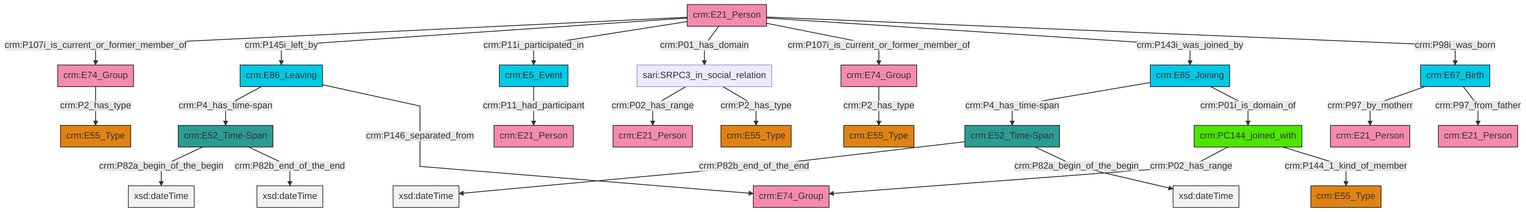
The Mermaid diagram et/personCSV/ttl/mmd/png/Person_Actor_Relations.png in swiss-art-research-net/docs.swissartresearch, before a commit. Its source is kept beside it as et/personCSV/ttl/mmd/Person_Actor_Relations.ttl.mmd.
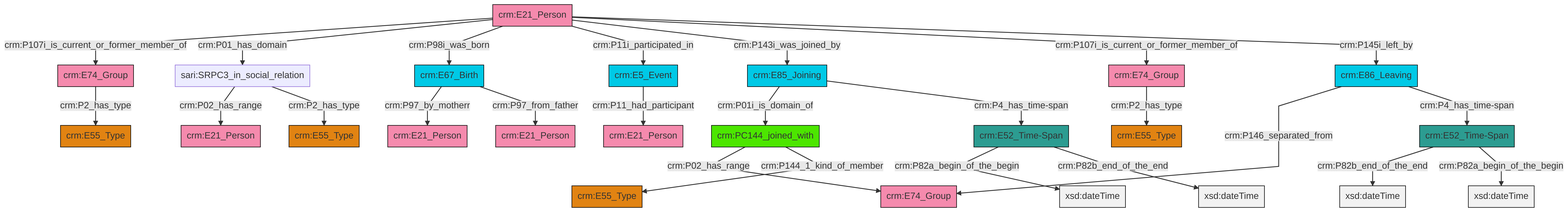
The same diagram one commit later.

The edit, as a diff of the source:
```diff
@@ -13,27 +13,27 @@
 classDef PC_Classes fill:#4ce600, stroke:#000000;
 classDef Multi fill:#cccccc,stroke:#000000;
 
-6["crm:E21_Person"]:::Actor -->|crm:P107i_is_current_or_former_member_of| 0["crm:E74_Group"]:::Actor
-7["sari:SRPC3_in_social_relation"]:::Default -->|crm:P02_has_range| 8["crm:E21_Person"]:::Actor
-2["crm:E85_Joining"]:::Temporal_Entity -->|crm:P4_has_time-span| 12["crm:E52_Time-Span"]:::Time-Span
-18["crm:E52_Time-Span"]:::Time-Span -->|crm:P82a_begin_of_the_begin| 19[xsd:dateTime]:::Literal
-22["crm:E5_Event"]:::Temporal_Entity -->|crm:P11_had_participant| 23["crm:E21_Person"]:::Actor
-6["crm:E21_Person"]:::Actor -->|crm:P145i_left_by| 15["crm:E86_Leaving"]:::Temporal_Entity
-0["crm:E74_Group"]:::Actor -->|crm:P2_has_type| 26["crm:E55_Type"]:::Type
-2["crm:E85_Joining"]:::Temporal_Entity -->|crm:P01i_is_domain_of| 27["crm:PC144_joined_with"]:::PC_Classes
-7["sari:SRPC3_in_social_relation"]:::Default -->|crm:P2_has_type| 20["crm:E55_Type"]:::Type
-27["crm:PC144_joined_with"]:::PC_Classes -->|crm:P02_has_range| 32["crm:E74_Group"]:::Actor
-24["crm:E67_Birth"]:::Temporal_Entity -->|crm:P97_by_motherr| 9["crm:E21_Person"]:::Actor
-12["crm:E52_Time-Span"]:::Time-Span -->|crm:P82b_end_of_the_end| 36[xsd:dateTime]:::Literal
-24["crm:E67_Birth"]:::Temporal_Entity -->|crm:P97_from_father| 29["crm:E21_Person"]:::Actor
-39["crm:E74_Group"]:::Actor -->|crm:P2_has_type| 37["crm:E55_Type"]:::Type
-12["crm:E52_Time-Span"]:::Time-Span -->|crm:P82a_begin_of_the_begin| 43[xsd:dateTime]:::Literal
-6["crm:E21_Person"]:::Actor -->|crm:P11i_participated_in| 22["crm:E5_Event"]:::Temporal_Entity
-6["crm:E21_Person"]:::Actor -->|crm:P01_has_domain| 7["sari:SRPC3_in_social_relation"]:::Default
-6["crm:E21_Person"]:::Actor -->|crm:P107i_is_current_or_former_member_of| 39["crm:E74_Group"]:::Actor
-15["crm:E86_Leaving"]:::Temporal_Entity -->|crm:P4_has_time-span| 18["crm:E52_Time-Span"]:::Time-Span
-6["crm:E21_Person"]:::Actor -->|crm:P143i_was_joined_by| 2["crm:E85_Joining"]:::Temporal_Entity
-18["crm:E52_Time-Span"]:::Time-Span -->|crm:P82b_end_of_the_end| 45[xsd:dateTime]:::Literal
-6["crm:E21_Person"]:::Actor -->|crm:P98i_was_born| 24["crm:E67_Birth"]:::Temporal_Entity
-27["crm:PC144_joined_with"]:::PC_Classes -->|crm:P144_1_kind_of_member| 4["crm:E55_Type"]:::Type
-15["crm:E86_Leaving"]:::Temporal_Entity -->|crm:P146_separated_from| 32["crm:E74_Group"]:::Actor
+0["crm:E86_Leaving"]:::Temporal_Entity -->|crm:P146_separated_from| 1["crm:E74_Group"]:::Actor
+2["crm:E52_Time-Span"]:::Time-Span -->|crm:P82a_begin_of_the_begin| 3[xsd:dateTime]:::Literal
+4["crm:E5_Event"]:::Temporal_Entity -->|crm:P11_had_participant| 5["crm:E21_Person"]:::Actor
+11["crm:PC144_joined_with"]:::PC_Classes -->|crm:P02_has_range| 1["crm:E74_Group"]:::Actor
+17["crm:E21_Person"]:::Actor -->|crm:P107i_is_current_or_former_member_of| 18["crm:E74_Group"]:::Actor
+8["sari:SRPC3_in_social_relation"]:::Default -->|crm:P02_has_range| 12["crm:E21_Person"]:::Actor
+23["crm:E67_Birth"]:::Temporal_Entity -->|crm:P97_by_motherr| 15["crm:E21_Person"]:::Actor
+17["crm:E21_Person"]:::Actor -->|crm:P01_has_domain| 8["sari:SRPC3_in_social_relation"]:::Default
+2["crm:E52_Time-Span"]:::Time-Span -->|crm:P82b_end_of_the_end| 31[xsd:dateTime]:::Literal
+21["crm:E85_Joining"]:::Temporal_Entity -->|crm:P01i_is_domain_of| 11["crm:PC144_joined_with"]:::PC_Classes
+21["crm:E85_Joining"]:::Temporal_Entity -->|crm:P4_has_time-span| 2["crm:E52_Time-Span"]:::Time-Span
+23["crm:E67_Birth"]:::Temporal_Entity -->|crm:P97_from_father| 24["crm:E21_Person"]:::Actor
+17["crm:E21_Person"]:::Actor -->|crm:P98i_was_born| 23["crm:E67_Birth"]:::Temporal_Entity
+17["crm:E21_Person"]:::Actor -->|crm:P11i_participated_in| 4["crm:E5_Event"]:::Temporal_Entity
+18["crm:E74_Group"]:::Actor -->|crm:P2_has_type| 19["crm:E55_Type"]:::Type
+0["crm:E86_Leaving"]:::Temporal_Entity -->|crm:P4_has_time-span| 34["crm:E52_Time-Span"]:::Time-Span
+17["crm:E21_Person"]:::Actor -->|crm:P143i_was_joined_by| 21["crm:E85_Joining"]:::Temporal_Entity
+17["crm:E21_Person"]:::Actor -->|crm:P107i_is_current_or_former_member_of| 37["crm:E74_Group"]:::Actor
+8["sari:SRPC3_in_social_relation"]:::Default -->|crm:P2_has_type| 6["crm:E55_Type"]:::Type
+37["crm:E74_Group"]:::Actor -->|crm:P2_has_type| 29["crm:E55_Type"]:::Type
+11["crm:PC144_joined_with"]:::PC_Classes -->|crm:P144_1_kind_of_member| 41["crm:E55_Type"]:::Type
+34["crm:E52_Time-Span"]:::Time-Span -->|crm:P82b_end_of_the_end| 42[xsd:dateTime]:::Literal
+34["crm:E52_Time-Span"]:::Time-Span -->|crm:P82a_begin_of_the_begin| 43[xsd:dateTime]:::Literal
+17["crm:E21_Person"]:::Actor -->|crm:P145i_left_by| 0["crm:E86_Leaving"]:::Temporal_Entity
```
